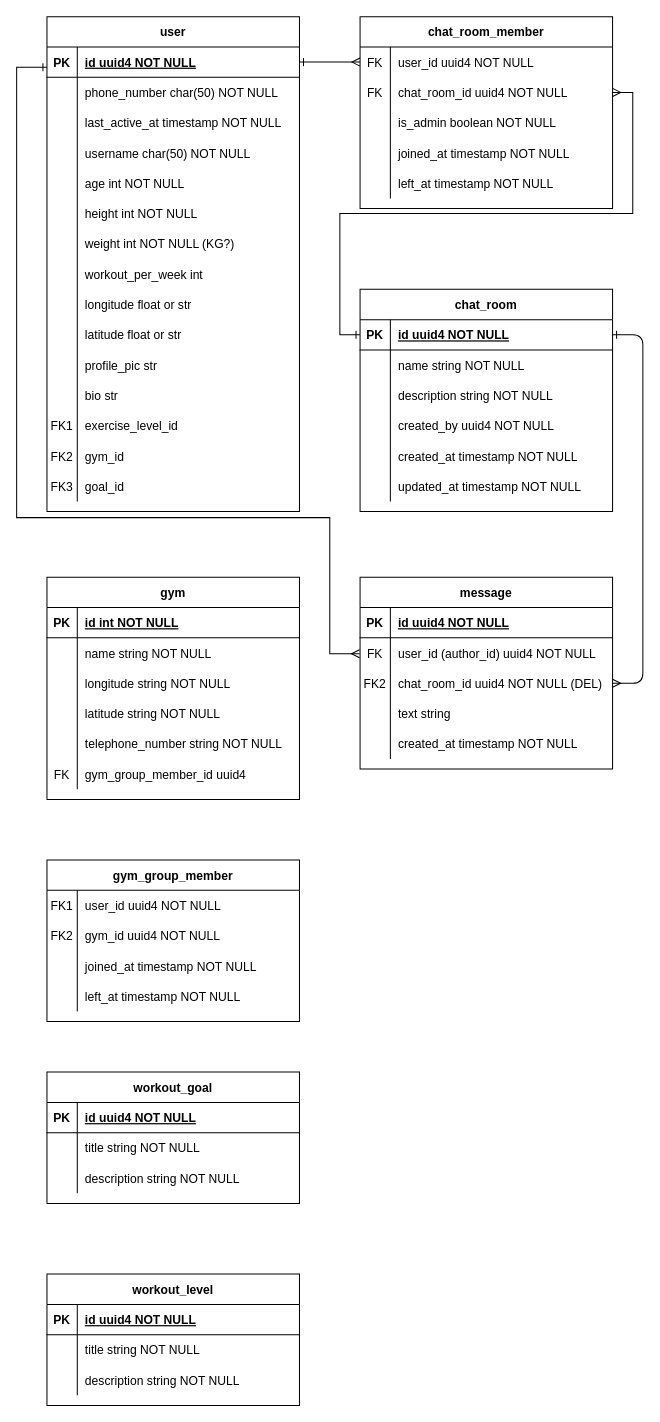
Before: WeGoGym/WeGoGym-DB.drawio in ColaboAI/Diagrams, a draw.io diagram. Source tidied: cells renumbered, new cells numbered last; positions are measured from the earlier drawing's top-left corner, leaving out a move shared by most shapes. Both pictures are drawn from the tidied source at 101%, with x=0, y=0 at pixel (16, 16).
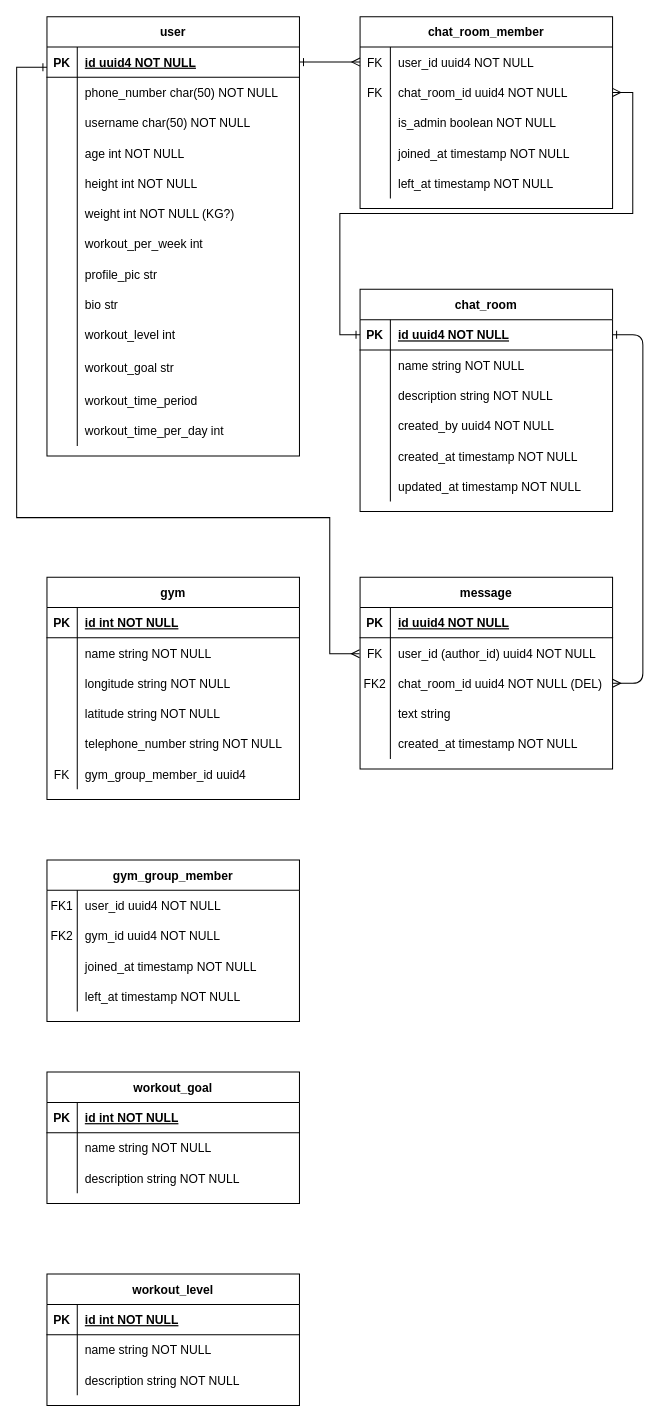
After the change.

Unchanged cells that the change refers to:
```xml
<mxCell id="136" style="shape=partialRectangle;fillColor=none;top=0;left=0;right=0;bottom=1;" parent="135" vertex="1">
  <mxGeometry y="30" width="250" height="30" as="geometry" />
</mxCell>
<mxCell id="139" style="shape=partialRectangle;fillColor=none;top=0;left=0;right=0;bottom=0;" parent="135" vertex="1">
  <mxGeometry y="60" width="250" height="30" as="geometry" />
</mxCell>
<mxCell id="146" style="shape=partialRectangle;fillColor=none;top=0;left=0;right=0;bottom=1;" parent="145" vertex="1">
  <mxGeometry y="30" width="250" height="30" as="geometry" />
</mxCell>
<mxCell id="149" style="shape=partialRectangle;fillColor=none;top=0;left=0;right=0;bottom=0;" parent="145" vertex="1">
  <mxGeometry y="60" width="250" height="30" as="geometry" />
</mxCell>
```

Change to the diagram source:
```diff
@@
     <mxCell id="39" value="user" style="shape=table;startSize=30;childLayout=tableLayout;rowLines=0;fontStyle=1;align=center;" parent="1" vertex="1">
-      <mxGeometry x="30" width="250" height="490" as="geometry" />
+      <mxGeometry x="30" width="250" height="435" as="geometry" />
     </mxCell>
@@
-    <mxCell id="46" style="shape=partialRectangle;fillColor=none;top=0;left=0;right=0;bottom=0;" parent="39" vertex="1">
-      <mxGeometry y="90" width="250" height="30" as="geometry" />
-    </mxCell>
-    <mxCell id="47" style="shape=partialRectangle;overflow=hidden;fillColor=none;top=0;left=0;bottom=0;right=0;" parent="46" vertex="1">
-      <mxGeometry width="30" height="30" as="geometry" />
-    </mxCell>
-    <mxCell id="48" value="last_active_at timestamp NOT NULL" style="shape=partialRectangle;overflow=hidden;fillColor=none;top=0;left=0;bottom=0;right=0;align=left;spacingLeft=6;" parent="46" vertex="1">
-      <mxGeometry x="30" width="220" height="30" as="geometry" />
-    </mxCell>
     <mxCell id="49" style="shape=partialRectangle;fillColor=none;top=0;left=0;right=0;bottom=0;" parent="39" vertex="1">
-      <mxGeometry y="120" width="250" height="30" as="geometry" />
+      <mxGeometry y="90" width="250" height="30" as="geometry" />
     </mxCell>
@@
     <mxCell id="52" style="shape=partialRectangle;fillColor=none;top=0;left=0;right=0;bottom=0;" parent="39" vertex="1">
-      <mxGeometry y="150" width="250" height="30" as="geometry" />
+      <mxGeometry y="120" width="250" height="30" as="geometry" />
     </mxCell>
@@
     <mxCell id="55" style="shape=partialRectangle;fillColor=none;top=0;left=0;right=0;bottom=0;" parent="39" vertex="1">
-      <mxGeometry y="180" width="250" height="30" as="geometry" />
+      <mxGeometry y="150" width="250" height="30" as="geometry" />
     </mxCell>
@@
     <mxCell id="58" style="shape=partialRectangle;fillColor=none;top=0;left=0;right=0;bottom=0;" parent="39" vertex="1">
-      <mxGeometry y="210" width="250" height="30" as="geometry" />
+      <mxGeometry y="180" width="250" height="30" as="geometry" />
     </mxCell>
@@
     <mxCell id="61" style="shape=partialRectangle;fillColor=none;top=0;left=0;right=0;bottom=0;" parent="39" vertex="1">
-      <mxGeometry y="240" width="250" height="30" as="geometry" />
+      <mxGeometry y="210" width="250" height="30" as="geometry" />
     </mxCell>
@@
-    <mxCell id="64" style="shape=partialRectangle;fillColor=none;top=0;left=0;right=0;bottom=0;" parent="39" vertex="1">
-      <mxGeometry y="270" width="250" height="30" as="geometry" />
-    </mxCell>
-    <mxCell id="65" style="shape=partialRectangle;overflow=hidden;fillColor=none;top=0;left=0;bottom=0;right=0;" parent="64" vertex="1">
-      <mxGeometry width="30" height="30" as="geometry" />
-    </mxCell>
-    <mxCell id="66" value="longitude float or str " style="shape=partialRectangle;overflow=hidden;fillColor=none;top=0;left=0;bottom=0;right=0;align=left;spacingLeft=6;" parent="64" vertex="1">
-      <mxGeometry x="30" width="220" height="30" as="geometry" />
-    </mxCell>
-    <mxCell id="67" style="shape=partialRectangle;fillColor=none;top=0;left=0;right=0;bottom=0;" parent="39" vertex="1">
-      <mxGeometry y="300" width="250" height="30" as="geometry" />
-    </mxCell>
-    <mxCell id="68" style="shape=partialRectangle;overflow=hidden;fillColor=none;top=0;left=0;bottom=0;right=0;" parent="67" vertex="1">
-      <mxGeometry width="30" height="30" as="geometry" />
-    </mxCell>
-    <mxCell id="69" value="latitude float or str" style="shape=partialRectangle;overflow=hidden;fillColor=none;top=0;left=0;bottom=0;right=0;align=left;spacingLeft=6;" parent="67" vertex="1">
-      <mxGeometry x="30" width="220" height="30" as="geometry" />
-    </mxCell>
     <mxCell id="70" style="shape=partialRectangle;fillColor=none;top=0;left=0;right=0;bottom=0;" parent="39" vertex="1">
-      <mxGeometry y="330" width="250" height="30" as="geometry" />
+      <mxGeometry y="240" width="250" height="30" as="geometry" />
     </mxCell>
@@
     <mxCell id="73" style="shape=partialRectangle;fillColor=none;top=0;left=0;right=0;bottom=0;" parent="39" vertex="1">
-      <mxGeometry y="360" width="250" height="30" as="geometry" />
+      <mxGeometry y="270" width="250" height="30" as="geometry" />
     </mxCell>
@@
     <mxCell id="76" style="shape=partialRectangle;fillColor=none;top=0;left=0;right=0;bottom=0;" parent="39" vertex="1">
-      <mxGeometry y="390" width="250" height="30" as="geometry" />
+      <mxGeometry y="300" width="250" height="30" as="geometry" />
     </mxCell>
-    <mxCell id="77" value="FK1" style="shape=partialRectangle;overflow=hidden;fillColor=none;top=0;left=0;bottom=0;right=0;" parent="76" vertex="1">
+    <mxCell id="77" style="shape=partialRectangle;overflow=hidden;fillColor=none;top=0;left=0;bottom=0;right=0;" parent="76" vertex="1">
       <mxGeometry width="30" height="30" as="geometry" />
     </mxCell>
-    <mxCell id="78" value="exercise_level_id " style="shape=partialRectangle;overflow=hidden;fillColor=none;top=0;left=0;bottom=0;right=0;align=left;spacingLeft=6;" parent="76" vertex="1">
+    <mxCell id="78" value="workout_level int" style="shape=partialRectangle;overflow=hidden;fillColor=none;top=0;left=0;bottom=0;right=0;align=left;spacingLeft=6;" parent="76" vertex="1">
       <mxGeometry x="30" width="220" height="30" as="geometry" />
     </mxCell>
     <mxCell id="79" style="shape=partialRectangle;fillColor=none;top=0;left=0;right=0;bottom=0;" parent="39" vertex="1">
-      <mxGeometry y="420" width="250" height="30" as="geometry" />
+      <mxGeometry y="330" width="250" height="35" as="geometry" />
     </mxCell>
-    <mxCell id="80" value="FK2" style="shape=partialRectangle;overflow=hidden;fillColor=none;top=0;left=0;bottom=0;right=0;" parent="79" vertex="1">
-      <mxGeometry width="30" height="30" as="geometry" />
+    <mxCell id="80" style="shape=partialRectangle;overflow=hidden;fillColor=none;top=0;left=0;bottom=0;right=0;" parent="79" vertex="1">
+      <mxGeometry width="30" height="35" as="geometry" />
     </mxCell>
-    <mxCell id="81" value="gym_id" style="shape=partialRectangle;overflow=hidden;fillColor=none;top=0;left=0;bottom=0;right=0;align=left;spacingLeft=6;" parent="79" vertex="1">
-      <mxGeometry x="30" width="220" height="30" as="geometry" />
+    <mxCell id="81" value="workout_goal str" style="shape=partialRectangle;overflow=hidden;fillColor=none;top=0;left=0;bottom=0;right=0;align=left;spacingLeft=6;" parent="79" vertex="1">
+      <mxGeometry x="30" width="220" height="35" as="geometry" />
     </mxCell>
     <mxCell id="82" style="shape=partialRectangle;fillColor=none;top=0;left=0;right=0;bottom=0;" parent="39" vertex="1">
-      <mxGeometry y="450" width="250" height="30" as="geometry" />
+      <mxGeometry y="365" width="250" height="30" as="geometry" />
     </mxCell>
-    <mxCell id="83" value="FK3" style="shape=partialRectangle;overflow=hidden;fillColor=none;top=0;left=0;bottom=0;right=0;" parent="82" vertex="1">
+    <mxCell id="83" style="shape=partialRectangle;overflow=hidden;fillColor=none;top=0;left=0;bottom=0;right=0;" parent="82" vertex="1">
       <mxGeometry width="30" height="30" as="geometry" />
     </mxCell>
-    <mxCell id="84" value="goal_id" style="shape=partialRectangle;overflow=hidden;fillColor=none;top=0;left=0;bottom=0;right=0;align=left;spacingLeft=6;" parent="82" vertex="1">
+    <mxCell id="84" value="workout_time_period" style="shape=partialRectangle;overflow=hidden;fillColor=none;top=0;left=0;bottom=0;right=0;align=left;spacingLeft=6;" parent="82" vertex="1">
       <mxGeometry x="30" width="220" height="30" as="geometry" />
     </mxCell>
+    <mxCell id="155" style="shape=partialRectangle;fillColor=none;top=0;left=0;right=0;bottom=0;" parent="39" vertex="1">
+      <mxGeometry y="395" width="250" height="30" as="geometry" />
+    </mxCell>
+    <mxCell id="156" style="shape=partialRectangle;overflow=hidden;fillColor=none;top=0;left=0;bottom=0;right=0;" parent="155" vertex="1">
+      <mxGeometry width="30" height="30" as="geometry" />
+    </mxCell>
+    <mxCell id="157" value="workout_time_per_day int" style="shape=partialRectangle;overflow=hidden;fillColor=none;top=0;left=0;bottom=0;right=0;align=left;spacingLeft=6;" parent="155" vertex="1">
+      <mxGeometry x="30" width="220" height="30" as="geometry" />
+    </mxCell>
@@
-    <mxCell id="138" value="id uuid4 NOT NULL " style="shape=partialRectangle;overflow=hidden;fillColor=none;top=0;left=0;bottom=0;right=0;align=left;spacingLeft=6;fontStyle=5;" parent="136" vertex="1">
+    <mxCell id="138" value="id int NOT NULL " style="shape=partialRectangle;overflow=hidden;fillColor=none;top=0;left=0;bottom=0;right=0;align=left;spacingLeft=6;fontStyle=5;" parent="136" vertex="1">
       <mxGeometry x="30" width="220" height="30" as="geometry" />
     </mxCell>
@@
-    <mxCell id="141" value="title string NOT NULL" style="shape=partialRectangle;overflow=hidden;fillColor=none;top=0;left=0;bottom=0;right=0;align=left;spacingLeft=6;" parent="139" vertex="1">
+    <mxCell id="141" value="name string NOT NULL" style="shape=partialRectangle;overflow=hidden;fillColor=none;top=0;left=0;bottom=0;right=0;align=left;spacingLeft=6;" parent="139" vertex="1">
       <mxGeometry x="30" width="220" height="30" as="geometry" />
     </mxCell>
@@
-    <mxCell id="148" value="id uuid4 NOT NULL " style="shape=partialRectangle;overflow=hidden;fillColor=none;top=0;left=0;bottom=0;right=0;align=left;spacingLeft=6;fontStyle=5;" parent="146" vertex="1">
+    <mxCell id="148" value="id int NOT NULL " style="shape=partialRectangle;overflow=hidden;fillColor=none;top=0;left=0;bottom=0;right=0;align=left;spacingLeft=6;fontStyle=5;" parent="146" vertex="1">
       <mxGeometry x="30" width="220" height="30" as="geometry" />
     </mxCell>
@@
-    <mxCell id="151" value="title string NOT NULL" style="shape=partialRectangle;overflow=hidden;fillColor=none;top=0;left=0;bottom=0;right=0;align=left;spacingLeft=6;" parent="149" vertex="1">
+    <mxCell id="151" value="name string NOT NULL" style="shape=partialRectangle;overflow=hidden;fillColor=none;top=0;left=0;bottom=0;right=0;align=left;spacingLeft=6;" parent="149" vertex="1">
       <mxGeometry x="30" width="220" height="30" as="geometry" />
     </mxCell>
```
